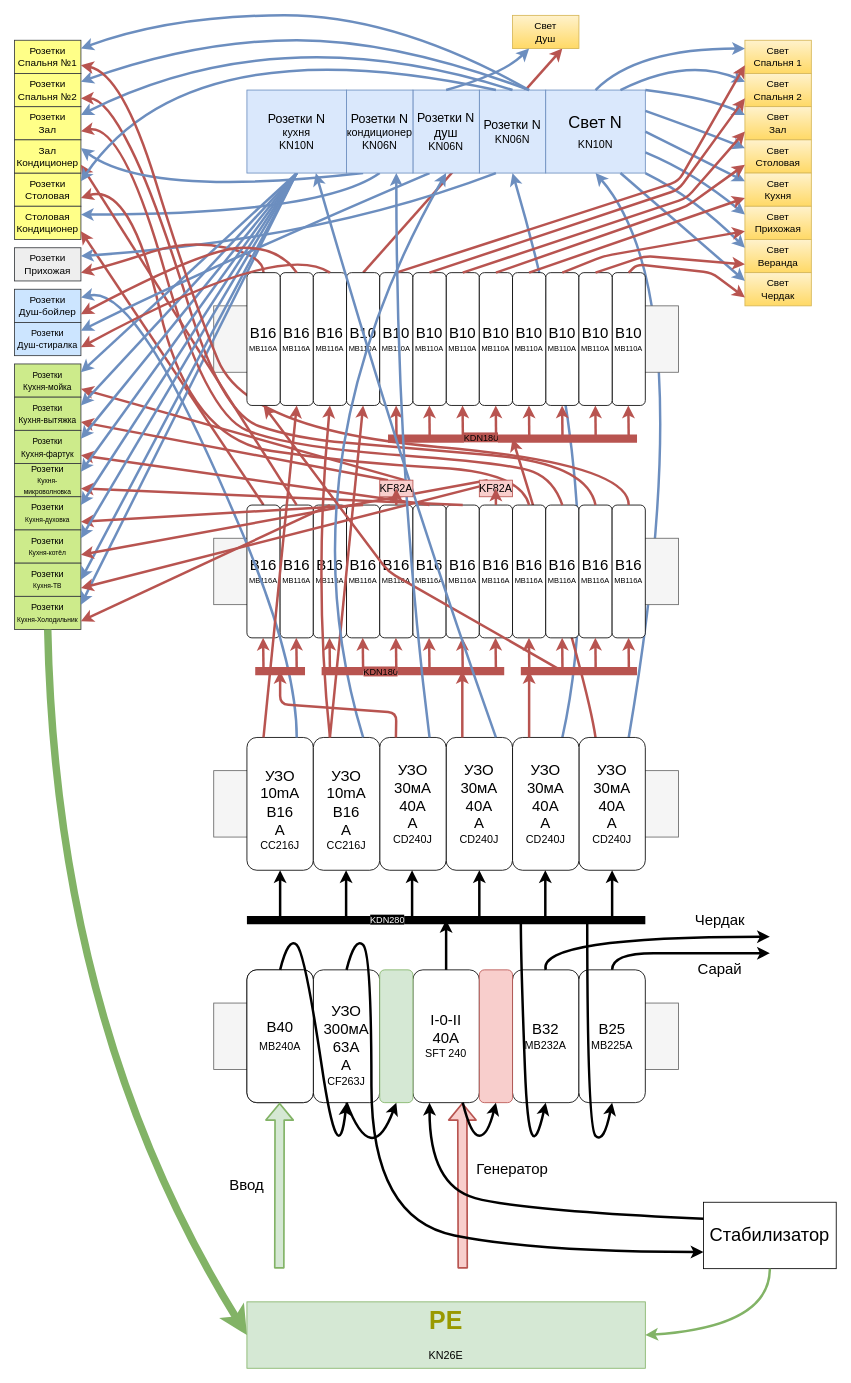
Before: shit-v2.drawio in Tur-4000/electro22, a draw.io diagram. Source tidied: cells renumbered, new cells numbered last; positions are measured from the earlier drawing's top-left corner, leaving out a move shared by most shapes. Both pictures are drawn from the tidied source at 83%, with x=0, y=0 at pixel (14, 15).
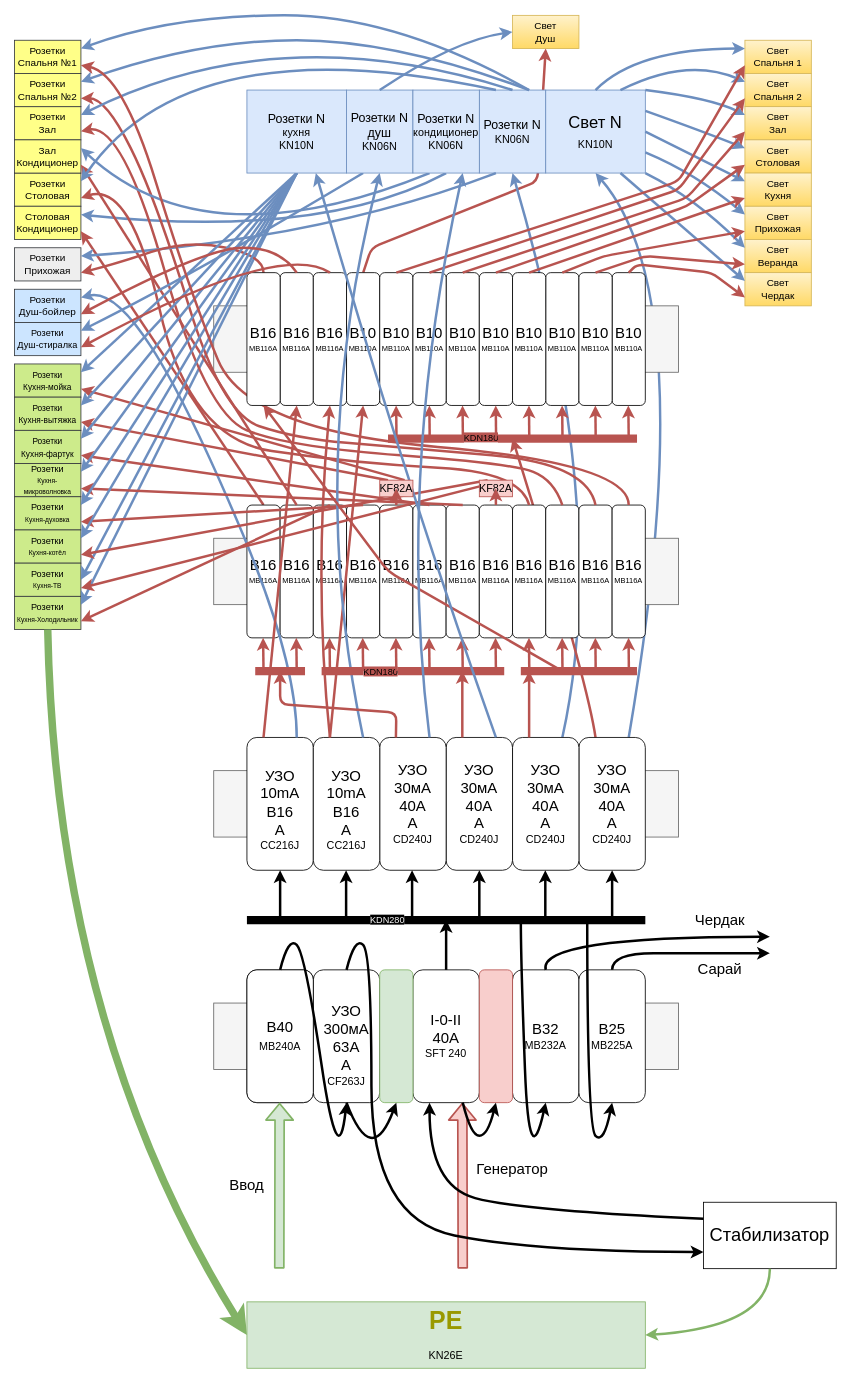
Above is the later version.

Unchanged cells that the change refers to:
```xml
<mxCell id="44" value="&lt;div&gt;Свет&lt;/div&gt;&lt;div&gt;Душ&lt;br&gt;&lt;/div&gt;" style="rounded=0;whiteSpace=wrap;html=1;fillColor=#fff2cc;strokeColor=#d6b656;gradientColor=#ffd966;" parent="1" vertex="1">
  <mxGeometry x="600" width="80" height="40" as="geometry" />
</mxCell>
<mxCell id="61" value="&lt;div&gt;Столовая&lt;/div&gt;&lt;div&gt;Кондиционер&lt;br&gt;&lt;/div&gt;" style="rounded=0;whiteSpace=wrap;html=1;fillColor=#ffff88;strokeColor=#36393d;" parent="1" vertex="1">
  <mxGeometry y="230" width="80" height="40" as="geometry" />
</mxCell>
<mxCell id="72" value="&lt;div&gt;&lt;br&gt;&lt;/div&gt;&lt;div style=&quot;font-size: 18px&quot;&gt;&lt;font style=&quot;font-size: 18px&quot;&gt;УЗО&lt;/font&gt;&lt;br&gt;&lt;/div&gt;&lt;div style=&quot;font-size: 18px&quot;&gt;&lt;span style=&quot;color: rgb(0 , 0 , 0) ; font-weight: normal ; text-decoration: none ; font-family: &amp;#34;arial&amp;#34; ; font-style: normal&quot;&gt;&lt;font style=&quot;font-size: 18px&quot;&gt;10mA&lt;/font&gt;&lt;/span&gt;&lt;br&gt;&lt;span style=&quot;color: rgb(0 , 0 , 0) ; font-weight: normal ; text-decoration: none ; font-family: &amp;#34;arial&amp;#34; ; font-style: normal&quot;&gt;&lt;font style=&quot;font-size: 18px&quot;&gt;&lt;span style=&quot;color: rgb(0 , 0 , 0) ; font-weight: normal ; text-decoration: none ; font-family: &amp;#34;arial&amp;#34; ; font-style: normal&quot;&gt;B16&lt;/span&gt;&lt;/font&gt;&lt;/span&gt;&lt;/div&gt;&lt;div style=&quot;font-size: 18px&quot;&gt;&lt;span style=&quot;color: rgb(0 , 0 , 0) ; font-weight: normal ; text-decoration: none ; font-family: &amp;#34;arial&amp;#34; ; font-style: normal&quot;&gt;&lt;font style=&quot;font-size: 18px&quot;&gt;&lt;span style=&quot;color: rgb(0 , 0 , 0) ; font-weight: normal ; text-decoration: none ; font-family: &amp;#34;arial&amp;#34; ; font-style: normal&quot;&gt;А&lt;br&gt;&lt;/span&gt;&lt;/font&gt;&lt;/span&gt;&lt;/div&gt;&lt;div&gt;&lt;span style=&quot;font-size: 13px ; color: #000000 ; font-weight: normal ; text-decoration: none ; font-family: &amp;#34;arial&amp;#34; ; font-style: normal&quot;&gt;CC216J&lt;/span&gt;&lt;br&gt;&lt;span style=&quot;font-size: 13px ; color: #000000 ; font-weight: normal ; text-decoration: none ; font-family: &amp;#34;arial&amp;#34; ; font-style: normal&quot;&gt;&lt;/span&gt;&lt;/div&gt;" style="rounded=1;whiteSpace=wrap;html=1;" parent="1" vertex="1">
  <mxGeometry x="360" y="870" width="80" height="160" as="geometry" />
</mxCell>
```

The edit, as a diff of the source:
```diff
@@
-    <mxCell id="2" style="endArrow=classic;html=1;strokeWidth=3;entryX=0.75;entryY=1;entryDx=0;entryDy=0;fillColor=#f8cecc;strokeColor=#b85450;" parent="1" edge="1" target="44">
+    <mxCell id="2" style="endArrow=classic;html=1;strokeWidth=3;entryX=0.5;entryY=1;entryDx=0;entryDy=0;fillColor=#f8cecc;strokeColor=#b85450;" parent="1" edge="1" target="44">
       <mxGeometry relative="1" as="geometry">
         <mxPoint x="420.1" y="310" as="sourcePoint" />
+        <Array as="points">
+          <mxPoint x="430" y="280" />
+          <mxPoint x="630" y="200" />
+        </Array>
       </mxGeometry>
     </mxCell>
@@
     <mxCell id="65" style="curved=1;endArrow=none;html=1;strokeWidth=3;exitX=1;exitY=0.25;exitDx=0;exitDy=0;fillColor=#dae8fc;strokeColor=#6c8ebf;entryX=0.5;entryY=1;entryDx=0;entryDy=0;startArrow=classic;startFill=1;endFill=0;" parent="1" edge="1" source="61" target="163">
       <mxGeometry relative="1" as="geometry">
         <Array as="points">
-          <mxPoint x="370" y="240" />
+          <mxPoint x="370" y="270" />
         </Array>
       </mxGeometry>
     </mxCell>
@@
     <mxCell id="139" style="curved=1;endArrow=none;html=1;strokeWidth=3;exitX=1;exitY=0.25;exitDx=0;exitDy=0;fillColor=#dae8fc;strokeColor=#6c8ebf;entryX=0.25;entryY=1;entryDx=0;entryDy=0;startArrow=classic;startFill=1;endFill=0;" parent="1" edge="1" target="163">
       <mxGeometry relative="1" as="geometry">
         <mxPoint x="80" y="160" as="sourcePoint" />
         <Array as="points">
-          <mxPoint x="160" y="220" />
+          <mxPoint x="230" y="300" />
         </Array>
       </mxGeometry>
     </mxCell>
@@
     <mxCell id="162" value="&lt;div style=&quot;font-size: 15px&quot;&gt;&lt;font style=&quot;font-size: 15px&quot;&gt;Розетки N&lt;/font&gt;&lt;/div&gt;&lt;div style=&quot;font-size: 15px&quot;&gt;&lt;font style=&quot;font-size: 15px&quot;&gt;душ&lt;br&gt;&lt;/font&gt;&lt;/div&gt;&lt;div style=&quot;font-size: 13px&quot;&gt;&lt;font style=&quot;font-size: 13px&quot;&gt;KN06N&lt;br&gt;&lt;/font&gt;&lt;/div&gt;" style="rounded=0;whiteSpace=wrap;html=1;fillColor=#dae8fc;strokeColor=#6c8ebf;" parent="1" vertex="1">
-      <mxGeometry x="480" y="90" width="80" height="100" as="geometry" />
+      <mxGeometry x="400" y="90" width="80" height="100" as="geometry" />
     </mxCell>
     <mxCell id="163" value="&lt;div style=&quot;font-size: 15px&quot;&gt;&lt;font style=&quot;font-size: 15px&quot;&gt;Розетки N&lt;/font&gt;&lt;/div&gt;&lt;div style=&quot;font-size: 13px&quot;&gt;&lt;font style=&quot;font-size: 13px&quot;&gt;кондиционер&lt;br&gt;&lt;/font&gt;&lt;/div&gt;&lt;div style=&quot;font-size: 13px&quot;&gt;&lt;font style=&quot;font-size: 13px&quot;&gt;KN06N&lt;br&gt;&lt;/font&gt;&lt;/div&gt;" style="rounded=0;whiteSpace=wrap;html=1;fillColor=#dae8fc;strokeColor=#6c8ebf;" parent="1" vertex="1">
-      <mxGeometry x="400" y="90" width="80" height="100" as="geometry" />
+      <mxGeometry x="480" y="90" width="80" height="100" as="geometry" />
     </mxCell>
@@
     <mxCell id="174" style="curved=1;endArrow=classic;html=1;strokeWidth=3;fillColor=#dae8fc;strokeColor=#6c8ebf;exitX=0.75;exitY=0;exitDx=0;exitDy=0;entryX=0.5;entryY=1;entryDx=0;entryDy=0;" parent="1" edge="1" source="72" target="162">
       <mxGeometry relative="1" as="geometry">
         <Array as="points">
-          <mxPoint x="320" y="540" />
+          <mxPoint x="350" y="540" />
         </Array>
       </mxGeometry>
     </mxCell>
@@
-    <mxCell id="177" style="curved=1;endArrow=classic;html=1;strokeWidth=3;exitX=0.5;exitY=0;exitDx=0;exitDy=0;fillColor=#dae8fc;strokeColor=#6c8ebf;entryX=0.25;entryY=1;entryDx=0;entryDy=0;startArrow=none;startFill=0;endFill=1;" parent="1" edge="1" source="162" target="44">
+    <mxCell id="177" style="curved=1;endArrow=classic;html=1;strokeWidth=3;exitX=0.5;exitY=0;exitDx=0;exitDy=0;fillColor=#dae8fc;strokeColor=#6c8ebf;entryX=0;entryY=0.5;entryDx=0;entryDy=0;startArrow=none;startFill=0;endFill=1;" parent="1" edge="1" source="162" target="44">
       <mxGeometry relative="1" as="geometry">
         <Array as="points">
-          <mxPoint x="590" y="70" />
+          <mxPoint x="530" y="30" />
         </Array>
       </mxGeometry>
     </mxCell>
```
